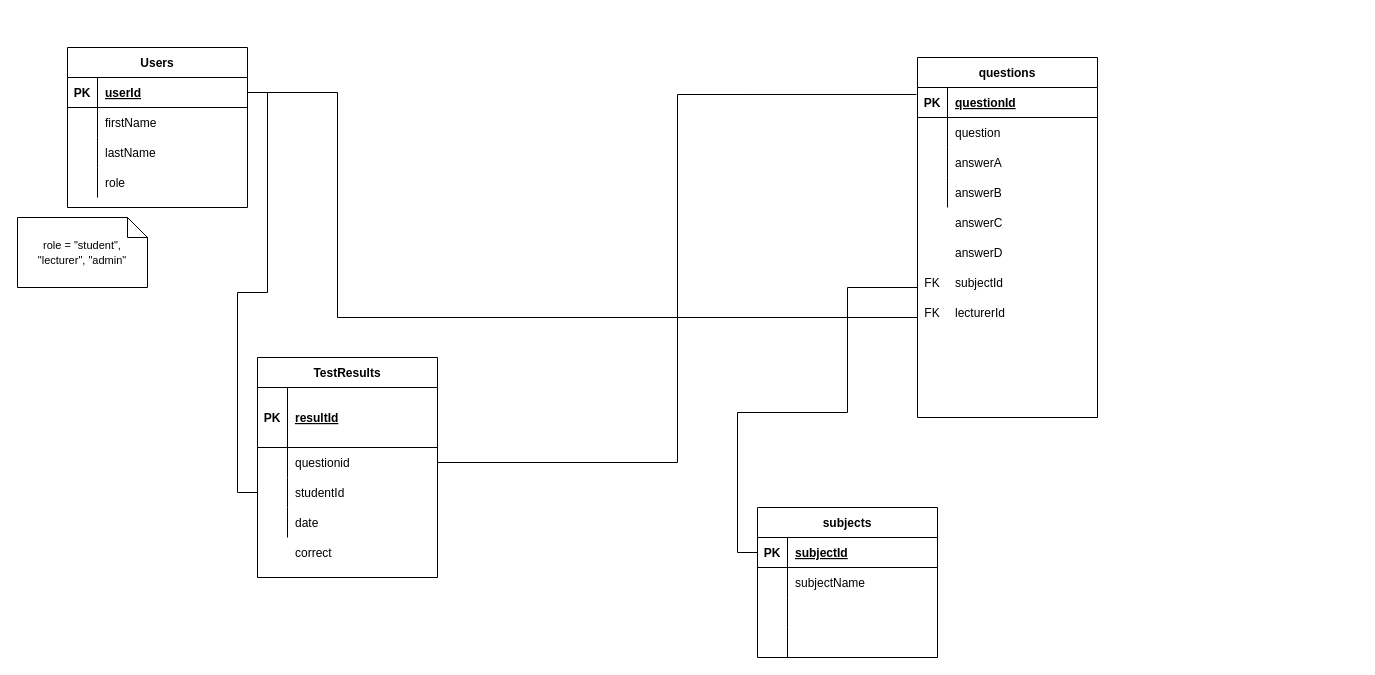
This is Designs/csd db diagram.drawio from westoncollab/csd, a draw.io file, before an edit. Source tidied: cells renumbered, new cells numbered last; positions are measured from the earlier drawing's top-left corner, leaving out a move shared by most shapes. Both pictures are drawn from the tidied source at 100%, with x=0, y=0 at pixel (17, 47).
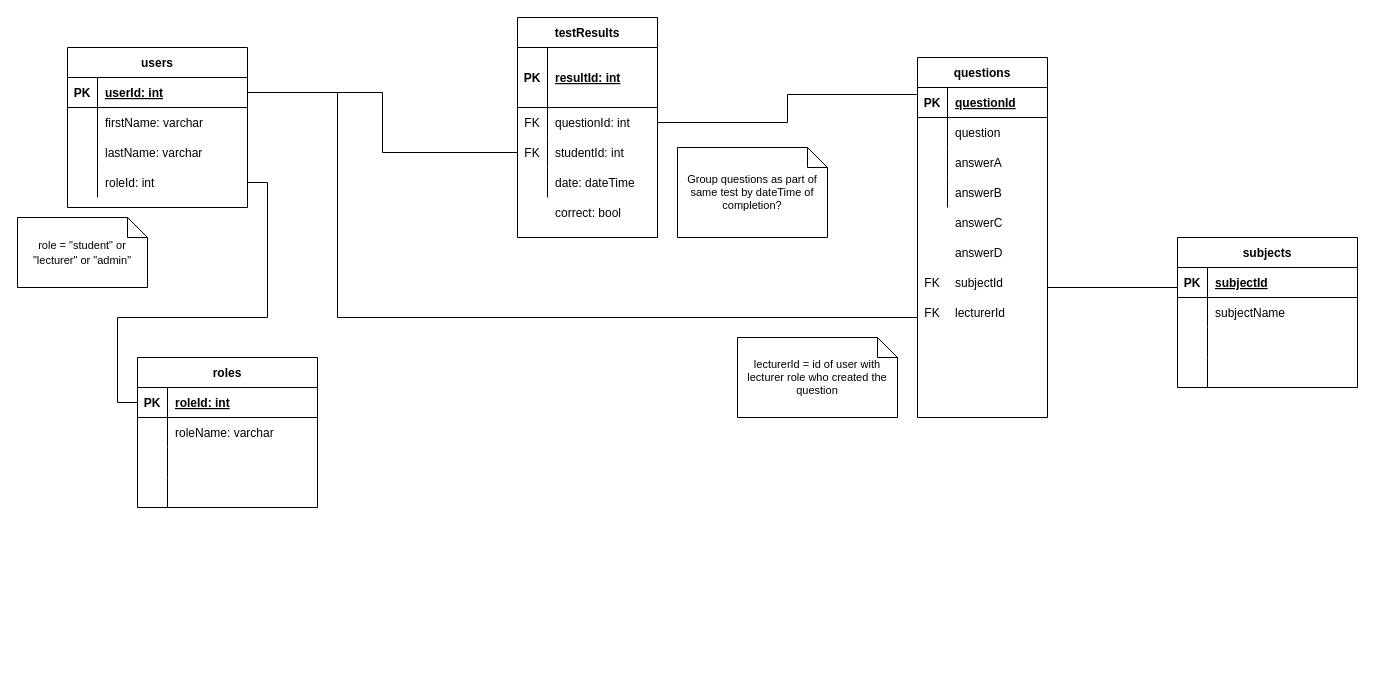
After the change.

Commit message (it also covers changes not shown here):
first draft of db designs

The change refers to these unchanged cells:
```xml
<mxCell id="3" style="shape=tableRow;horizontal=0;startSize=0;swimlaneHead=0;swimlaneBody=0;fillColor=none;points=[[0,0.5],[1,0.5]];portConstraint=eastwest;top=0;left=0;right=0;bottom=1;" parent="2" vertex="1">
  <mxGeometry y="30" width="180" height="30" as="geometry" />
</mxCell>
<mxCell id="6" style="shape=tableRow;horizontal=0;startSize=0;swimlaneHead=0;swimlaneBody=0;fillColor=none;top=0;left=0;right=0;bottom=0;" parent="2" vertex="1">
  <mxGeometry y="60" width="180" height="30" as="geometry" />
</mxCell>
<mxCell id="9" style="shape=tableRow;horizontal=0;startSize=0;swimlaneHead=0;swimlaneBody=0;fillColor=none;top=0;left=0;right=0;bottom=0;" parent="2" vertex="1">
  <mxGeometry y="90" width="180" height="30" as="geometry" />
</mxCell>
<mxCell id="12" style="shape=tableRow;horizontal=0;startSize=0;swimlaneHead=0;swimlaneBody=0;fillColor=none;points=[[0,0.5],[1,0.5]];portConstraint=eastwest;top=0;left=0;right=0;bottom=0;" parent="2" vertex="1">
  <mxGeometry y="120" width="180" height="30" as="geometry" />
</mxCell>
<mxCell id="16" style="shape=tableRow;horizontal=0;startSize=0;swimlaneHead=0;swimlaneBody=0;fillColor=none;points=[[0,0.5],[1,0.5]];portConstraint=eastwest;top=0;left=0;right=0;bottom=1;" parent="15" vertex="1">
  <mxGeometry y="30" width="180" height="30" as="geometry" />
</mxCell>
```

What changed in the source:
```diff
@@
-    <mxCell id="2" value="Users" style="shape=table;startSize=30;childLayout=tableLayout;rowLines=0;fontStyle=1;align=center;" parent="1" vertex="1">
+    <mxCell id="2" value="users" style="shape=table;startSize=30;childLayout=tableLayout;rowLines=0;fontStyle=1;align=center;" parent="1" vertex="1">
       <mxGeometry x="50" width="180" height="160" as="geometry" />
     </mxCell>
@@
-    <mxCell id="5" value="userId" style="shape=partialRectangle;fillColor=none;top=0;left=0;bottom=0;right=0;align=left;spacingLeft=6;fontStyle=5;overflow=hidden;" parent="3" vertex="1">
+    <mxCell id="5" value="userId: int" style="shape=partialRectangle;fillColor=none;top=0;left=0;bottom=0;right=0;align=left;spacingLeft=6;fontStyle=5;overflow=hidden;" parent="3" vertex="1">
       <mxGeometry x="30" width="150" height="30" as="geometry" />
     </mxCell>
@@
-    <mxCell id="8" value="firstName" style="shape=partialRectangle;fillColor=none;top=0;left=0;bottom=0;right=0;align=left;spacingLeft=6;overflow=hidden;" parent="6" vertex="1">
+    <mxCell id="8" value="firstName: varchar" style="shape=partialRectangle;fillColor=none;top=0;left=0;bottom=0;right=0;align=left;spacingLeft=6;overflow=hidden;" parent="6" vertex="1">
       <mxGeometry x="30" width="150" height="30" as="geometry" />
     </mxCell>
@@
-    <mxCell id="11" value="lastName" style="shape=partialRectangle;fillColor=none;top=0;left=0;bottom=0;right=0;align=left;spacingLeft=6;overflow=hidden;" parent="9" vertex="1">
+    <mxCell id="11" value="lastName: varchar" style="shape=partialRectangle;fillColor=none;top=0;left=0;bottom=0;right=0;align=left;spacingLeft=6;overflow=hidden;" parent="9" vertex="1">
       <mxGeometry x="30" width="150" height="30" as="geometry" />
     </mxCell>
@@
-    <mxCell id="14" value="role" style="shape=partialRectangle;fillColor=none;top=0;left=0;bottom=0;right=0;align=left;spacingLeft=6;overflow=hidden;" parent="12" vertex="1">
+    <mxCell id="14" value="roleId: int" style="shape=partialRectangle;fillColor=none;top=0;left=0;bottom=0;right=0;align=left;spacingLeft=6;overflow=hidden;" parent="12" vertex="1">
       <mxGeometry x="30" width="150" height="30" as="geometry" />
     </mxCell>
     <mxCell id="15" value="subjects" style="shape=table;startSize=30;childLayout=tableLayout;rowLines=0;fontStyle=1;align=center;" parent="1" vertex="1">
-      <mxGeometry x="740" y="460" width="180" height="150" as="geometry" />
+      <mxGeometry x="1160" y="190" width="180" height="150" as="geometry" />
     </mxCell>
@@
-    <mxCell id="28" value="TestResults" style="shape=table;startSize=30;childLayout=tableLayout;rowLines=0;fontStyle=1;align=center;" parent="1" vertex="1">
-      <mxGeometry x="240" y="310" width="180" height="220" as="geometry" />
+    <mxCell id="28" value="testResults" style="shape=table;startSize=30;childLayout=tableLayout;rowLines=0;fontStyle=1;align=center;" parent="1" vertex="1">
+      <mxGeometry x="500" y="-30" width="140" height="220" as="geometry" />
     </mxCell>
     <mxCell id="29" style="shape=tableRow;horizontal=0;startSize=0;swimlaneHead=0;swimlaneBody=0;fillColor=none;top=0;left=0;right=0;bottom=1;" parent="28" vertex="1">
-      <mxGeometry y="30" width="180" height="60" as="geometry" />
+      <mxGeometry y="30" width="140" height="60" as="geometry" />
     </mxCell>
@@
-    <mxCell id="31" value="resultId" style="shape=partialRectangle;fillColor=none;top=0;left=0;bottom=0;right=0;align=left;spacingLeft=6;fontStyle=5;overflow=hidden;" parent="29" vertex="1">
-      <mxGeometry x="30" width="150" height="60" as="geometry" />
+    <mxCell id="31" value="resultId: int" style="shape=partialRectangle;fillColor=none;top=0;left=0;bottom=0;right=0;align=left;spacingLeft=6;fontStyle=5;overflow=hidden;" parent="29" vertex="1">
+      <mxGeometry x="30" width="110" height="60" as="geometry" />
     </mxCell>
     <mxCell id="32" style="shape=tableRow;horizontal=0;startSize=0;swimlaneHead=0;swimlaneBody=0;fillColor=none;points=[[0,0.5],[1,0.5]];portConstraint=eastwest;top=0;left=0;right=0;bottom=0;" parent="28" vertex="1">
-      <mxGeometry y="90" width="180" height="30" as="geometry" />
+      <mxGeometry y="90" width="140" height="30" as="geometry" />
     </mxCell>
-    <mxCell id="33" style="shape=partialRectangle;fillColor=none;top=0;left=0;bottom=0;right=0;overflow=hidden;" parent="32" vertex="1">
+    <mxCell id="33" value="FK" style="shape=partialRectangle;fillColor=none;top=0;left=0;bottom=0;right=0;overflow=hidden;" parent="32" vertex="1">
       <mxGeometry width="30" height="30" as="geometry" />
     </mxCell>
-    <mxCell id="34" value="questionid" style="shape=partialRectangle;fillColor=none;top=0;left=0;bottom=0;right=0;align=left;spacingLeft=6;overflow=hidden;" parent="32" vertex="1">
-      <mxGeometry x="30" width="150" height="30" as="geometry" />
+    <mxCell id="34" value="questionId: int" style="shape=partialRectangle;fillColor=none;top=0;left=0;bottom=0;right=0;align=left;spacingLeft=6;overflow=hidden;" parent="32" vertex="1">
+      <mxGeometry x="30" width="110" height="30" as="geometry" />
     </mxCell>
     <mxCell id="35" style="shape=tableRow;horizontal=0;startSize=0;swimlaneHead=0;swimlaneBody=0;fillColor=none;points=[[0,0.5],[1,0.5]];portConstraint=eastwest;top=0;left=0;right=0;bottom=0;" parent="28" vertex="1">
-      <mxGeometry y="120" width="180" height="30" as="geometry" />
+      <mxGeometry y="120" width="140" height="30" as="geometry" />
     </mxCell>
-    <mxCell id="36" style="shape=partialRectangle;fillColor=none;top=0;left=0;bottom=0;right=0;overflow=hidden;" parent="35" vertex="1">
+    <mxCell id="36" value="FK" style="shape=partialRectangle;fillColor=none;top=0;left=0;bottom=0;right=0;overflow=hidden;" parent="35" vertex="1">
       <mxGeometry width="30" height="30" as="geometry" />
     </mxCell>
-    <mxCell id="37" value="studentId" style="shape=partialRectangle;fillColor=none;top=0;left=0;bottom=0;right=0;align=left;spacingLeft=6;overflow=hidden;" parent="35" vertex="1">
-      <mxGeometry x="30" width="150" height="30" as="geometry" />
+    <mxCell id="37" value="studentId: int" style="shape=partialRectangle;fillColor=none;top=0;left=0;bottom=0;right=0;align=left;spacingLeft=6;overflow=hidden;" parent="35" vertex="1">
+      <mxGeometry x="30" width="110" height="30" as="geometry" />
     </mxCell>
     <mxCell id="38" style="shape=tableRow;horizontal=0;startSize=0;swimlaneHead=0;swimlaneBody=0;fillColor=none;top=0;left=0;right=0;bottom=0;" parent="28" vertex="1">
-      <mxGeometry y="150" width="180" height="30" as="geometry" />
+      <mxGeometry y="150" width="140" height="30" as="geometry" />
     </mxCell>
@@
-    <mxCell id="40" value="date" style="shape=partialRectangle;fillColor=none;top=0;left=0;bottom=0;right=0;align=left;spacingLeft=6;overflow=hidden;" parent="38" vertex="1">
-      <mxGeometry x="30" width="150" height="30" as="geometry" />
+    <mxCell id="40" value="date: dateTime" style="shape=partialRectangle;fillColor=none;top=0;left=0;bottom=0;right=0;align=left;spacingLeft=6;overflow=hidden;" parent="38" vertex="1">
+      <mxGeometry x="30" width="110" height="30" as="geometry" />
     </mxCell>
     <mxCell id="41" style="edgeStyle=orthogonalEdgeStyle;rounded=0;jettySize=auto;html=1;entryX=0;entryY=0.5;entryDx=0;entryDy=0;endArrow=none;endFill=0;" parent="1" edge="1" target="16">
       <mxGeometry relative="1" as="geometry">
-        <mxPoint x="900" y="240" as="sourcePoint" />
+        <mxPoint x="1030" y="240" as="sourcePoint" />
         <Array as="points">
-          <mxPoint x="830" y="240" />
-          <mxPoint x="830" y="365" />
-          <mxPoint x="720" y="365" />
-          <mxPoint x="720" y="505" />
+          <mxPoint x="1160" y="240" />
         </Array>
       </mxGeometry>
     </mxCell>
@@
     <mxCell id="45" value="questions" style="shape=table;startSize=30;childLayout=tableLayout;rowLines=0;fontStyle=1;align=center;" parent="1" vertex="1">
-      <mxGeometry x="900" y="10" width="180" height="360" as="geometry" />
+      <mxGeometry x="900" y="10" width="130" height="360" as="geometry" />
     </mxCell>
     <mxCell id="46" style="shape=tableRow;horizontal=0;startSize=0;swimlaneHead=0;swimlaneBody=0;fillColor=none;points=[[0,0.5],[1,0.5]];portConstraint=eastwest;top=0;left=0;right=0;bottom=1;" parent="45" vertex="1">
-      <mxGeometry y="30" width="180" height="30" as="geometry" />
+      <mxGeometry y="30" width="130" height="30" as="geometry" />
     </mxCell>
@@
     <mxCell id="48" value="questionId" style="shape=partialRectangle;fillColor=none;top=0;left=0;bottom=0;right=0;align=left;spacingLeft=6;fontStyle=5;overflow=hidden;" parent="46" vertex="1">
-      <mxGeometry x="30" width="150" height="30" as="geometry" />
+      <mxGeometry x="30" width="100" height="30" as="geometry" />
     </mxCell>
     <mxCell id="49" style="shape=tableRow;horizontal=0;startSize=0;swimlaneHead=0;swimlaneBody=0;fillColor=none;top=0;left=0;right=0;bottom=0;" parent="45" vertex="1">
-      <mxGeometry y="60" width="180" height="30" as="geometry" />
+      <mxGeometry y="60" width="130" height="30" as="geometry" />
     </mxCell>
@@
     <mxCell id="51" value="question" style="shape=partialRectangle;fillColor=none;top=0;left=0;bottom=0;right=0;align=left;spacingLeft=6;overflow=hidden;" parent="49" vertex="1">
-      <mxGeometry x="30" width="150" height="30" as="geometry" />
+      <mxGeometry x="30" width="100" height="30" as="geometry" />
     </mxCell>
     <mxCell id="52" style="shape=tableRow;horizontal=0;startSize=0;swimlaneHead=0;swimlaneBody=0;fillColor=none;top=0;left=0;right=0;bottom=0;" parent="45" vertex="1">
-      <mxGeometry y="90" width="180" height="30" as="geometry" />
+      <mxGeometry y="90" width="130" height="30" as="geometry" />
     </mxCell>
@@
     <mxCell id="54" style="shape=partialRectangle;fillColor=none;top=0;left=0;bottom=0;right=0;align=left;spacingLeft=6;overflow=hidden;" parent="52" vertex="1">
-      <mxGeometry x="30" width="150" height="30" as="geometry" />
+      <mxGeometry x="30" width="100" height="30" as="geometry" />
     </mxCell>
     <mxCell id="55" style="shape=tableRow;horizontal=0;startSize=0;swimlaneHead=0;swimlaneBody=0;fillColor=none;top=0;left=0;right=0;bottom=0;" parent="45" vertex="1">
-      <mxGeometry y="120" width="180" height="30" as="geometry" />
+      <mxGeometry y="120" width="130" height="30" as="geometry" />
     </mxCell>
@@
     <mxCell id="57" style="shape=partialRectangle;fillColor=none;top=0;left=0;bottom=0;right=0;align=left;spacingLeft=6;overflow=hidden;" parent="55" vertex="1">
-      <mxGeometry x="30" width="150" height="30" as="geometry" />
+      <mxGeometry x="30" width="100" height="30" as="geometry" />
     </mxCell>
@@
-    <mxCell id="60" value="correct" style="shape=partialRectangle;fillColor=none;top=0;left=0;bottom=0;right=0;align=left;spacingLeft=6;overflow=hidden;" parent="1" vertex="1">
-      <mxGeometry x="270" y="490" width="150" height="30" as="geometry" />
+    <mxCell id="60" value="correct: bool" style="shape=partialRectangle;fillColor=none;top=0;left=0;bottom=0;right=0;align=left;spacingLeft=6;overflow=hidden;" parent="1" vertex="1">
+      <mxGeometry x="530" y="150" width="150" height="30" as="geometry" />
     </mxCell>
@@
-    <mxCell id="67" value="&lt;font style=&quot;font-size: 11px;&quot;&gt;role = &quot;student&quot;, &quot;lecturer&quot;, &quot;admin&quot;&lt;/font&gt;" style="shape=note;size=20;whiteSpace=wrap;html=1;" parent="1" vertex="1">
+    <mxCell id="67" value="&lt;font style=&quot;font-size: 11px;&quot;&gt;role = &quot;student&quot; or &quot;lecturer&quot; or &quot;admin&quot;&lt;/font&gt;" style="shape=note;size=20;whiteSpace=wrap;html=1;" parent="1" vertex="1">
       <mxGeometry y="170" width="130" height="70" as="geometry" />
     </mxCell>
+    <mxCell id="68" value="lecturerId = id of user with lecturer role who created the question" style="shape=note;size=20;whiteSpace=wrap;html=1;fontSize=11;" parent="1" vertex="1">
+      <mxGeometry x="720" y="290" width="160" height="80" as="geometry" />
+    </mxCell>
+    <mxCell id="69" value="Group questions as part of same test by dateTime of completion?" style="shape=note;size=20;whiteSpace=wrap;html=1;fontSize=11;" parent="1" vertex="1">
+      <mxGeometry x="660" y="100" width="150" height="90" as="geometry" />
+    </mxCell>
+    <mxCell id="70" value="roles" style="shape=table;startSize=30;childLayout=tableLayout;rowLines=0;fontStyle=1;align=center;fontSize=12;" parent="1" vertex="1">
+      <mxGeometry x="120" y="310" width="180" height="150" as="geometry" />
+    </mxCell>
+    <mxCell id="71" style="shape=tableRow;horizontal=0;startSize=0;swimlaneHead=0;swimlaneBody=0;fillColor=none;points=[[0,0.5],[1,0.5]];portConstraint=eastwest;top=0;left=0;right=0;bottom=1;fontSize=12;" parent="70" vertex="1">
+      <mxGeometry y="30" width="180" height="30" as="geometry" />
+    </mxCell>
+    <mxCell id="72" value="PK" style="shape=partialRectangle;fillColor=none;top=0;left=0;bottom=0;right=0;fontStyle=1;overflow=hidden;fontSize=12;" parent="71" vertex="1">
+      <mxGeometry width="30" height="30" as="geometry" />
+    </mxCell>
+    <mxCell id="73" value="roleId: int" style="shape=partialRectangle;fillColor=none;top=0;left=0;bottom=0;right=0;align=left;spacingLeft=6;fontStyle=5;overflow=hidden;fontSize=12;" parent="71" vertex="1">
+      <mxGeometry x="30" width="150" height="30" as="geometry" />
+    </mxCell>
+    <mxCell id="74" style="shape=tableRow;horizontal=0;startSize=0;swimlaneHead=0;swimlaneBody=0;fillColor=none;top=0;left=0;right=0;bottom=0;fontSize=12;" parent="70" vertex="1">
+      <mxGeometry y="60" width="180" height="30" as="geometry" />
+    </mxCell>
+    <mxCell id="75" style="shape=partialRectangle;fillColor=none;top=0;left=0;bottom=0;right=0;overflow=hidden;fontSize=12;" parent="74" vertex="1">
+      <mxGeometry width="30" height="30" as="geometry" />
+    </mxCell>
+    <mxCell id="76" value="roleName: varchar" style="shape=partialRectangle;fillColor=none;top=0;left=0;bottom=0;right=0;align=left;spacingLeft=6;overflow=hidden;fontSize=12;" parent="74" vertex="1">
+      <mxGeometry x="30" width="150" height="30" as="geometry" />
+    </mxCell>
+    <mxCell id="77" style="shape=tableRow;horizontal=0;startSize=0;swimlaneHead=0;swimlaneBody=0;fillColor=none;top=0;left=0;right=0;bottom=0;fontSize=12;" parent="70" vertex="1">
+      <mxGeometry y="90" width="180" height="30" as="geometry" />
+    </mxCell>
+    <mxCell id="78" style="shape=partialRectangle;fillColor=none;top=0;left=0;bottom=0;right=0;overflow=hidden;fontSize=12;" parent="77" vertex="1">
+      <mxGeometry width="30" height="30" as="geometry" />
+    </mxCell>
+    <mxCell id="79" style="shape=partialRectangle;fillColor=none;top=0;left=0;bottom=0;right=0;align=left;spacingLeft=6;overflow=hidden;fontSize=12;" parent="77" vertex="1">
+      <mxGeometry x="30" width="150" height="30" as="geometry" />
+    </mxCell>
+    <mxCell id="80" style="shape=tableRow;horizontal=0;startSize=0;swimlaneHead=0;swimlaneBody=0;fillColor=none;top=0;left=0;right=0;bottom=0;fontSize=12;" parent="70" vertex="1">
+      <mxGeometry y="120" width="180" height="30" as="geometry" />
+    </mxCell>
+    <mxCell id="81" style="shape=partialRectangle;fillColor=none;top=0;left=0;bottom=0;right=0;overflow=hidden;fontSize=12;" parent="80" vertex="1">
+      <mxGeometry width="30" height="30" as="geometry" />
+    </mxCell>
+    <mxCell id="82" style="shape=partialRectangle;fillColor=none;top=0;left=0;bottom=0;right=0;align=left;spacingLeft=6;overflow=hidden;fontSize=12;" parent="80" vertex="1">
+      <mxGeometry x="30" width="150" height="30" as="geometry" />
+    </mxCell>
+    <mxCell id="83" style="edgeStyle=orthogonalEdgeStyle;rounded=0;jettySize=auto;html=1;exitX=1;exitY=0.5;exitDx=0;exitDy=0;entryX=0;entryY=0.5;entryDx=0;entryDy=0;fontSize=12;endArrow=none;endFill=0;" parent="1" edge="1" source="12" target="71">
+      <mxGeometry relative="1" as="geometry">
+        <Array as="points">
+          <mxPoint x="250" y="135" />
+          <mxPoint x="250" y="270" />
+          <mxPoint x="100" y="270" />
+          <mxPoint x="100" y="355" />
+        </Array>
+      </mxGeometry>
+    </mxCell>
```
